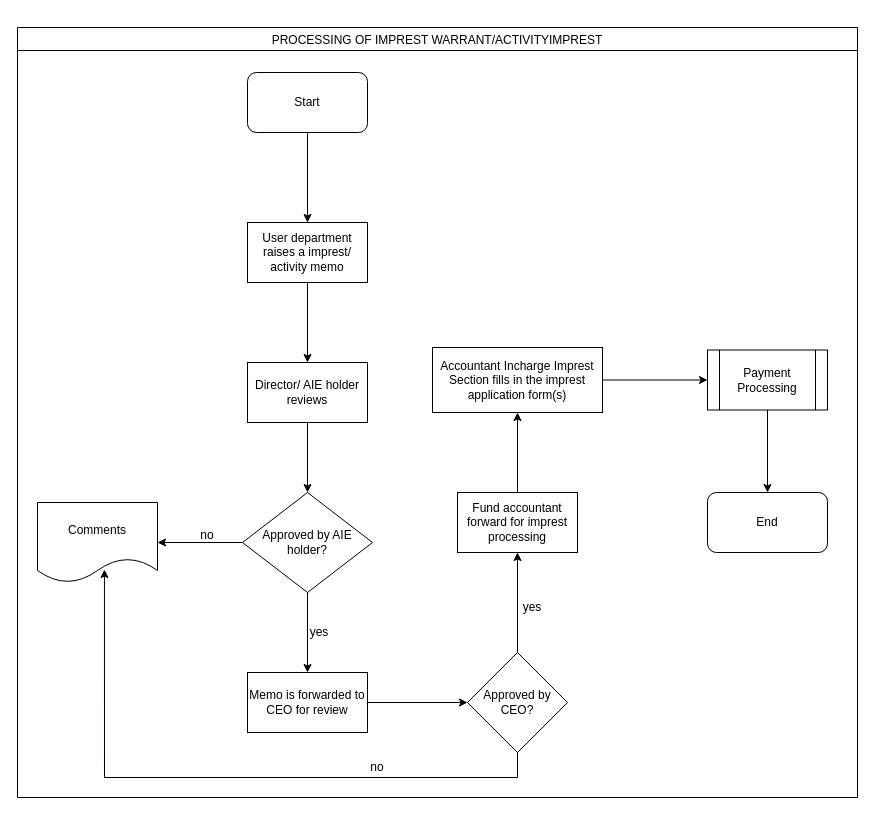
Earlier version of the draw.io diagram TPF-fin-Processing of Imprest Warrant.drawio (kmagua/flowcharts). Source tidied: cells renumbered, new cells numbered last; positions are measured from the earlier drawing's top-left corner, leaving out a move shared by most shapes. Both pictures are drawn from the tidied source at 100%, with x=0, y=0 at pixel (17, 27).
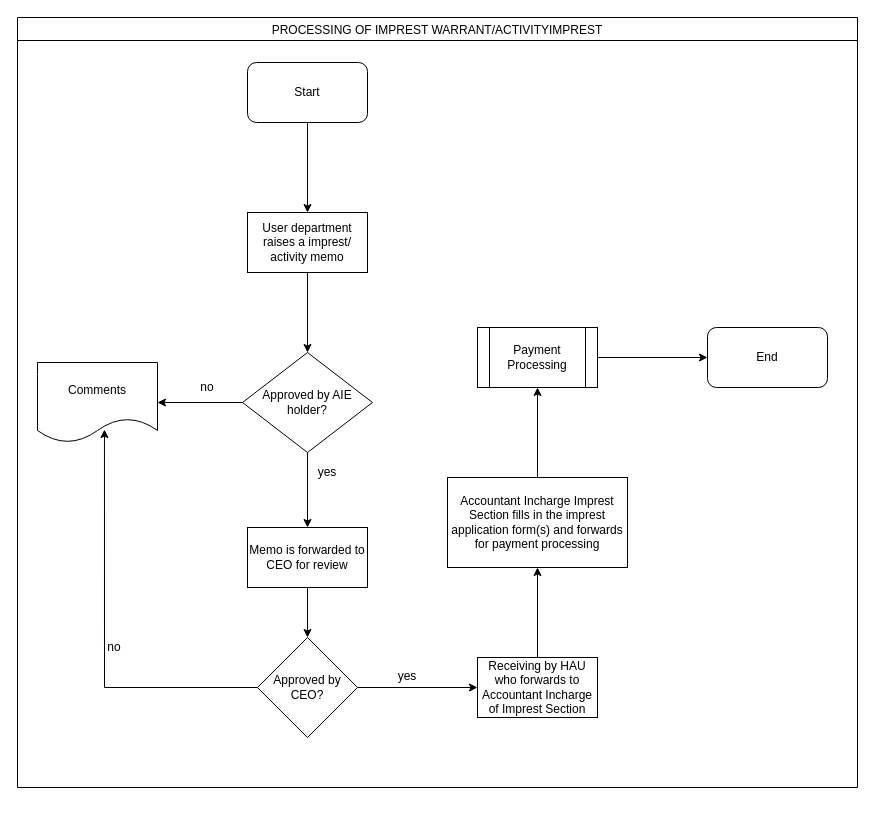
The same diagram, later.

Unchanged cells that the change refers to:
```xml
<mxCell id="4" value="User department raises a imprest/ activity memo" style="rounded=0;whiteSpace=wrap;html=1;" parent="2" vertex="1">
  <mxGeometry x="230" y="195" width="120" height="60" as="geometry" />
</mxCell>
```

Diff of the diagram source:
```diff
@@
     <mxCell id="2" value="PROCESSING OF IMPREST WARRANT/ACTIVITYIMPREST" style="swimlane;fontStyle=0;" parent="1" vertex="1">
-      <mxGeometry width="840" height="770" as="geometry" />
+      <mxGeometry y="-10" width="840" height="770" as="geometry" />
     </mxCell>
@@
     <mxCell id="6" value="Approved by AIE holder?" style="rhombus;whiteSpace=wrap;html=1;rounded=0;" parent="2" vertex="1">
-      <mxGeometry x="225" y="465" width="130" height="100" as="geometry" />
+      <mxGeometry x="225" y="335" width="130" height="100" as="geometry" />
     </mxCell>
     <mxCell id="7" value="Memo is forwarded to CEO for review" style="whiteSpace=wrap;html=1;rounded=0;" parent="2" vertex="1">
-      <mxGeometry x="230" y="645" width="120" height="60" as="geometry" />
+      <mxGeometry x="230" y="510" width="120" height="60" as="geometry" />
     </mxCell>
@@
     <mxCell id="9" value="Comments" style="shape=document;whiteSpace=wrap;html=1;boundedLbl=1;rounded=0;" parent="2" vertex="1">
-      <mxGeometry x="20" y="475" width="120" height="80" as="geometry" />
+      <mxGeometry x="20" y="345" width="120" height="80" as="geometry" />
     </mxCell>
@@
-    <mxCell id="11" value="Accountant Incharge Imprest Section fills in the imprest application form(s)" style="whiteSpace=wrap;html=1;rounded=0;" parent="2" vertex="1">
-      <mxGeometry x="415" y="320" width="170" height="65" as="geometry" />
+    <mxCell id="11" value="Accountant Incharge Imprest Section fills in the imprest application form(s) and forwards for payment processing" style="whiteSpace=wrap;html=1;rounded=0;" parent="2" vertex="1">
+      <mxGeometry x="430" y="460" width="180" height="90" as="geometry" />
     </mxCell>
     <mxCell id="12" value="End" style="rounded=1;whiteSpace=wrap;html=1;" parent="2" vertex="1">
-      <mxGeometry x="690" y="465" width="120" height="60" as="geometry" />
+      <mxGeometry x="690" y="310" width="120" height="60" as="geometry" />
     </mxCell>
-    <mxCell id="13" style="edgeStyle=orthogonalEdgeStyle;rounded=0;jettySize=auto;html=1;" parent="1" edge="1" source="14" target="6">
-      <mxGeometry relative="1" as="geometry" />
-    </mxCell>
-    <mxCell id="14" value="Director/ AIE holder reviews " style="rounded=0;whiteSpace=wrap;html=1;" parent="1" vertex="1">
-      <mxGeometry x="230" y="335" width="120" height="60" as="geometry" />
-    </mxCell>
-    <mxCell id="15" style="edgeStyle=orthogonalEdgeStyle;rounded=0;jettySize=auto;html=1;" parent="1" edge="1" source="4" target="14">
+    <mxCell id="15" style="edgeStyle=orthogonalEdgeStyle;rounded=0;jettySize=auto;html=1;entryX=0.5;entryY=0;entryDx=0;entryDy=0;" parent="2" edge="1" source="4" target="6">
       <mxGeometry relative="1" as="geometry" />
     </mxCell>
+    <mxCell id="20" value="yes" style="text;html=1;strokeColor=none;fillColor=none;align=center;verticalAlign=middle;whiteSpace=wrap;rounded=0;" parent="2" vertex="1">
+      <mxGeometry x="290" y="445" width="40" height="20" as="geometry" />
+    </mxCell>
+    <mxCell id="29" style="edgeStyle=orthogonalEdgeStyle;rounded=0;jettySize=auto;html=1;" parent="2" edge="1" source="18" target="31">
+      <mxGeometry relative="1" as="geometry" />
+    </mxCell>
+    <mxCell id="18" value="Approved by CEO?" style="rhombus;whiteSpace=wrap;html=1;rounded=0;" parent="2" vertex="1">
+      <mxGeometry x="240" y="620" width="100" height="100" as="geometry" />
+    </mxCell>
-    <mxCell id="16" style="edgeStyle=orthogonalEdgeStyle;rounded=0;jettySize=auto;html=1;entryX=0.558;entryY=0.838;entryDx=0;entryDy=0;entryPerimeter=0;" parent="1" edge="1" source="18" target="9">
+    <mxCell id="16" style="edgeStyle=orthogonalEdgeStyle;rounded=0;jettySize=auto;html=1;entryX=0.558;entryY=0.838;entryDx=0;entryDy=0;entryPerimeter=0;exitX=0;exitY=0.5;exitDx=0;exitDy=0;" parent="2" edge="1" source="18" target="9">
       <mxGeometry relative="1" as="geometry">
         <Array as="points">
-          <mxPoint x="500" y="750" />
-          <mxPoint x="87" y="750" />
+          <mxPoint x="87" y="670" />
         </Array>
       </mxGeometry>
     </mxCell>
-    <mxCell id="17" style="edgeStyle=orthogonalEdgeStyle;rounded=0;jettySize=auto;html=1;" parent="1" edge="1" source="18" target="24">
-      <mxGeometry relative="1" as="geometry" />
-    </mxCell>
-    <mxCell id="18" value="Approved by CEO?" style="rhombus;whiteSpace=wrap;html=1;rounded=0;" parent="1" vertex="1">
-      <mxGeometry x="450" y="625" width="100" height="100" as="geometry" />
-    </mxCell>
-    <mxCell id="19" style="edgeStyle=orthogonalEdgeStyle;rounded=0;jettySize=auto;html=1;" parent="1" edge="1" source="7" target="18">
+    <mxCell id="19" style="edgeStyle=orthogonalEdgeStyle;rounded=0;jettySize=auto;html=1;" parent="2" edge="1" source="7" target="18">
       <mxGeometry relative="1" as="geometry" />
     </mxCell>
-    <mxCell id="20" value="yes" style="text;html=1;strokeColor=none;fillColor=none;align=center;verticalAlign=middle;whiteSpace=wrap;rounded=0;" parent="1" vertex="1">
-      <mxGeometry x="282" y="595" width="40" height="20" as="geometry" />
-    </mxCell>
+    <mxCell id="30" style="edgeStyle=orthogonalEdgeStyle;rounded=0;jettySize=auto;html=1;entryX=0.5;entryY=1;entryDx=0;entryDy=0;" parent="2" edge="1" source="31" target="11">
+      <mxGeometry relative="1" as="geometry" />
+    </mxCell>
+    <mxCell id="31" value="Receiving by HAU who forwards to Accountant Incharge of Imprest Section" style="rounded=0;whiteSpace=wrap;html=1;" parent="2" vertex="1">
+      <mxGeometry x="460" y="640" width="120" height="60" as="geometry" />
+    </mxCell>
-    <mxCell id="21" value="no" style="text;html=1;strokeColor=none;fillColor=none;align=center;verticalAlign=middle;whiteSpace=wrap;rounded=0;" parent="1" vertex="1">
-      <mxGeometry x="340" y="730" width="40" height="20" as="geometry" />
+    <mxCell id="21" value="no" style="text;html=1;strokeColor=none;fillColor=none;align=center;verticalAlign=middle;whiteSpace=wrap;rounded=0;" parent="2" vertex="1">
+      <mxGeometry x="77" y="620" width="40" height="20" as="geometry" />
     </mxCell>
+    <mxCell id="26" value="Payment Processing" style="shape=process;whiteSpace=wrap;html=1;backgroundOutline=1;rounded=0;" parent="2" vertex="1">
+      <mxGeometry x="460" y="310" width="120" height="60" as="geometry" />
+    </mxCell>
+    <mxCell id="25" style="edgeStyle=orthogonalEdgeStyle;rounded=0;jettySize=auto;html=1;entryX=0;entryY=0.5;entryDx=0;entryDy=0;" parent="2" edge="1" source="26" target="12">
+      <mxGeometry relative="1" as="geometry" />
+    </mxCell>
+    <mxCell id="27" style="edgeStyle=orthogonalEdgeStyle;rounded=0;jettySize=auto;html=1;entryX=0.5;entryY=1;entryDx=0;entryDy=0;exitX=0.5;exitY=0;exitDx=0;exitDy=0;" parent="2" edge="1" source="11" target="26">
+      <mxGeometry relative="1" as="geometry" />
+    </mxCell>
     <mxCell id="22" value="no" style="text;html=1;strokeColor=none;fillColor=none;align=center;verticalAlign=middle;whiteSpace=wrap;rounded=0;" parent="1" vertex="1">
-      <mxGeometry x="170" y="498" width="40" height="20" as="geometry" />
+      <mxGeometry x="170" y="350" width="40" height="20" as="geometry" />
     </mxCell>
-    <mxCell id="23" style="edgeStyle=orthogonalEdgeStyle;rounded=0;jettySize=auto;html=1;" parent="1" edge="1" source="24" target="11">
-      <mxGeometry relative="1" as="geometry" />
-    </mxCell>
-    <mxCell id="24" value="Fund accountant forward for imprest processing" style="whiteSpace=wrap;html=1;rounded=0;" parent="1" vertex="1">
-      <mxGeometry x="440" y="465" width="120" height="60" as="geometry" />
-    </mxCell>
-    <mxCell id="25" style="edgeStyle=orthogonalEdgeStyle;rounded=0;jettySize=auto;html=1;entryX=0.5;entryY=0;entryDx=0;entryDy=0;" parent="1" edge="1" source="26" target="12">
-      <mxGeometry relative="1" as="geometry" />
-    </mxCell>
-    <mxCell id="26" value="Payment Processing" style="shape=process;whiteSpace=wrap;html=1;backgroundOutline=1;rounded=0;" parent="1" vertex="1">
-      <mxGeometry x="690" y="322.5" width="120" height="60" as="geometry" />
-    </mxCell>
-    <mxCell id="27" style="edgeStyle=orthogonalEdgeStyle;rounded=0;jettySize=auto;html=1;" parent="1" edge="1" source="11" target="26">
-      <mxGeometry relative="1" as="geometry" />
-    </mxCell>
     <mxCell id="28" value="yes" style="text;html=1;strokeColor=none;fillColor=none;align=center;verticalAlign=middle;whiteSpace=wrap;rounded=0;" parent="1" vertex="1">
-      <mxGeometry x="495" y="570" width="40" height="20" as="geometry" />
+      <mxGeometry x="370" y="639" width="40" height="20" as="geometry" />
     </mxCell>
```
